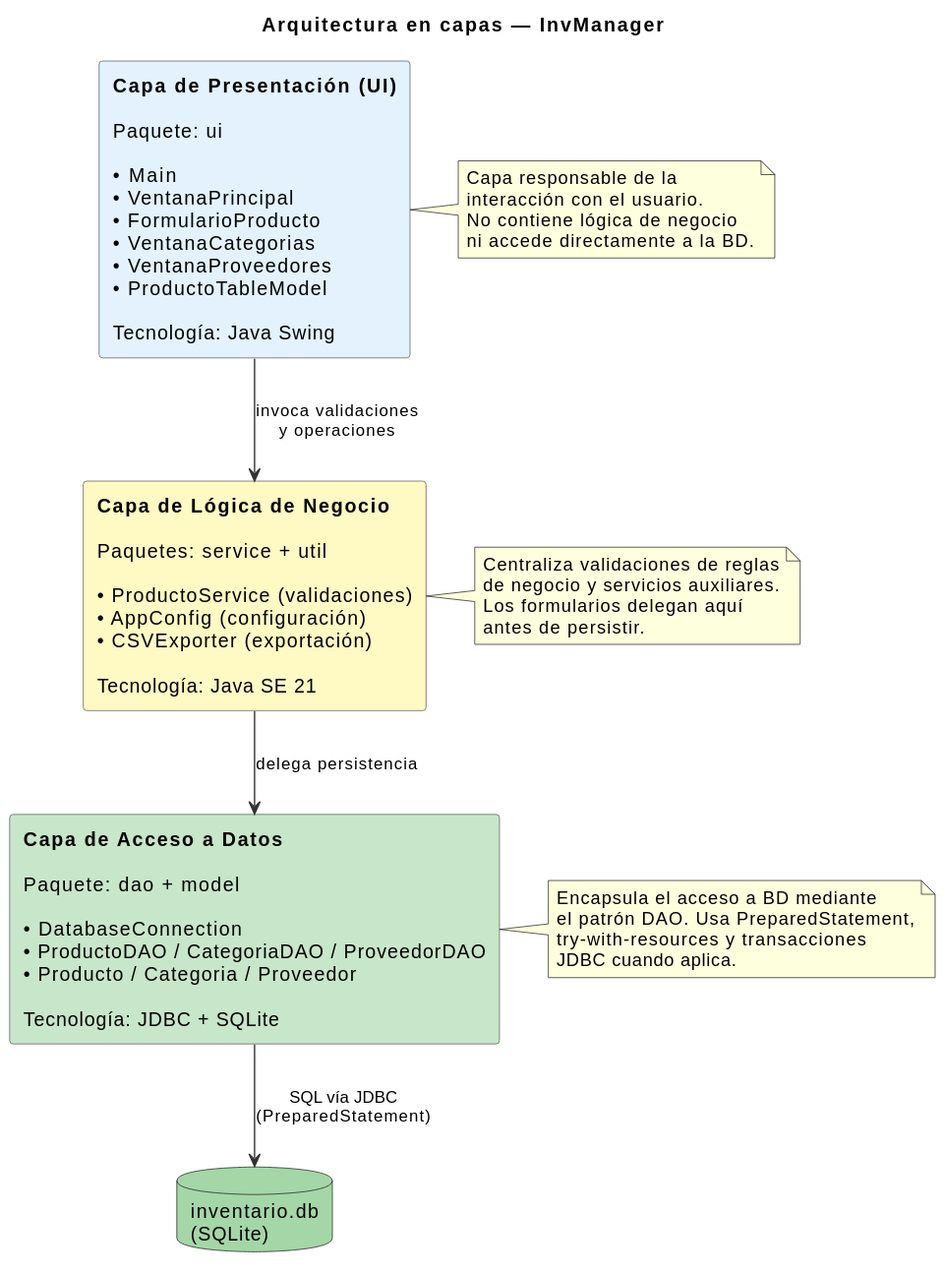
Earlier version of the PlantUML export docs/diagramas/diagrama_arquitectura.svg (jguardiola-dev/invmanager).
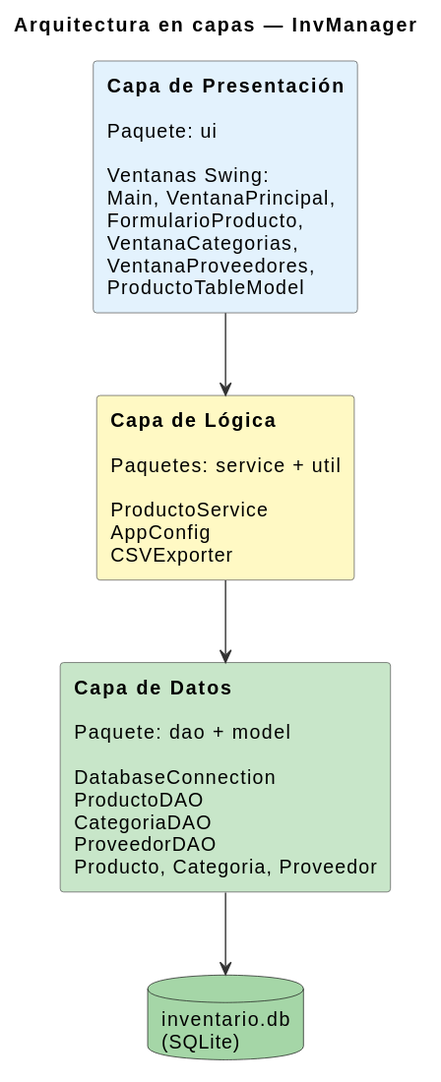
The same diagram one commit later.

Commit message:
Refinar redacción CUs y simplificar diagrama arquitectura

What changed in the source:
```diff
@@ -1,7 +1,6 @@
 @startuml
 skinparam backgroundColor white
 skinparam shadowing false
-skinparam componentStyle rectangle
 skinparam rectangle {
   BackgroundColor #F5F5F5
   BorderColor #555555
@@ -14,36 +13,15 @@
 
 title Arquitectura en capas — InvManager
 
-rectangle "**Capa de Presentación (UI)**\n\nPaquete: ui\n\n• Main\n• VentanaPrincipal\n• FormularioProducto\n• VentanaCategorias\n• VentanaProveedores\n• ProductoTableModel\n\nTecnología: Java Swing" as UI #E3F2FD
+rectangle "**Capa de Presentación**\n\nPaquete: ui\n\nVentanas Swing:\nMain, VentanaPrincipal,\nFormularioProducto,\nVentanaCategorias,\nVentanaProveedores,\nProductoTableModel" as UI #E3F2FD
 
-rectangle "**Capa de Lógica de Negocio**\n\nPaquetes: service + util\n\n• ProductoService (validaciones)\n• AppConfig (configuración)\n• CSVExporter (exportación)\n\nTecnología: Java SE 21" as LOGICA #FFF9C4
+rectangle "**Capa de Lógica**\n\nPaquetes: service + util\n\nProductoService\nAppConfig\nCSVExporter" as LOGICA #FFF9C4
 
-rectangle "**Capa de Acceso a Datos**\n\nPaquete: dao + model\n\n• DatabaseConnection\n• ProductoDAO / CategoriaDAO / ProveedorDAO\n• Producto / Categoria / Proveedor\n\nTecnología: JDBC + SQLite" as DATOS #C8E6C9
+rectangle "**Capa de Datos**\n\nPaquete: dao + model\n\nDatabaseConnection\nProductoDAO\nCategoriaDAO\nProveedorDAO\nProducto, Categoria, Proveedor" as DATOS #C8E6C9
 
 database "inventario.db\n(SQLite)" as DB #A5D6A7
 
-UI --> LOGICA : invoca validaciones\ny operaciones
-LOGICA --> DATOS : delega persistencia
-DATOS --> DB : SQL vía JDBC\n(PreparedStatement)
-
-note right of UI
-  Capa responsable de la
-  interacción con el usuario.
-  No contiene lógica de negocio
-  ni accede directamente a la BD.
-end note
-
-note right of LOGICA
-  Centraliza validaciones de reglas
-  de negocio y servicios auxiliares.
-  Los formularios delegan aquí
-  antes de persistir.
-end note
-
-note right of DATOS
-  Encapsula el acceso a BD mediante
-  el patrón DAO. Usa PreparedStatement,
-  try-with-resources y transacciones
-  JDBC cuando aplica.
-end note
+UI --> LOGICA
+LOGICA --> DATOS
+DATOS --> DB
 @enduml
```
